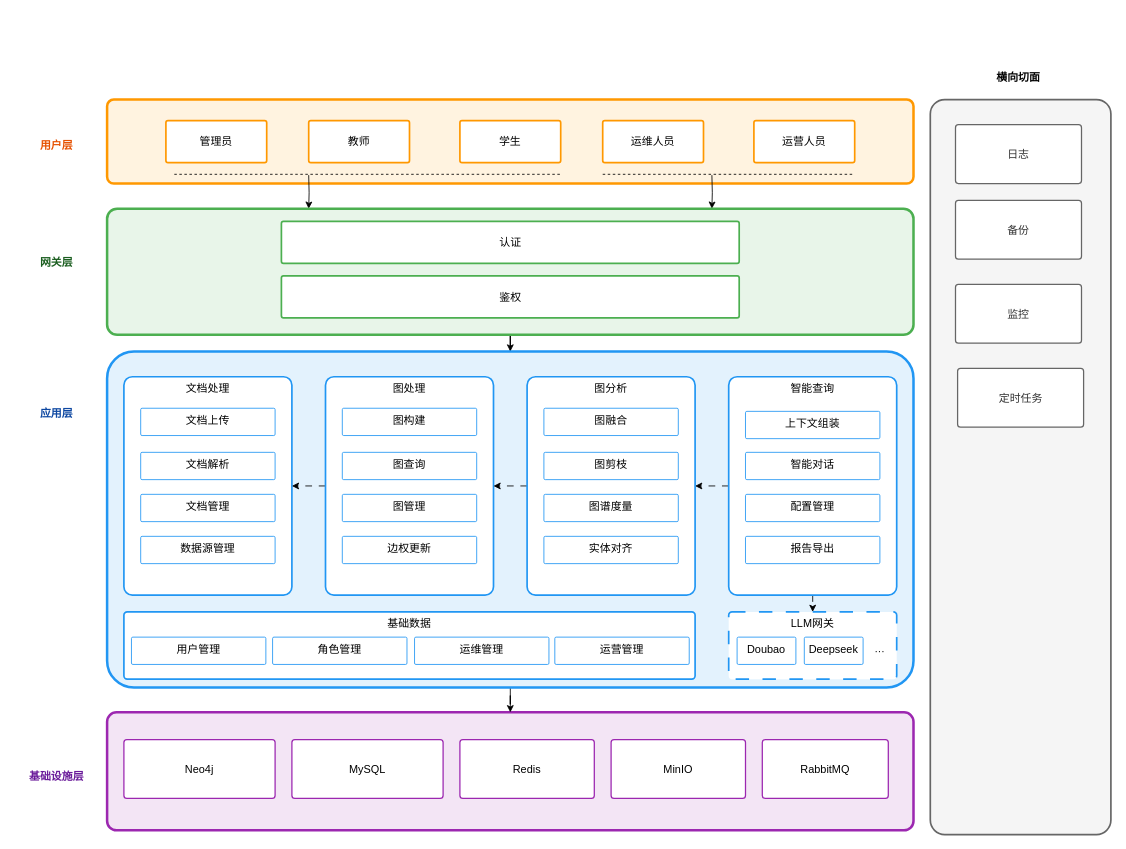
Before: docs/design-view/dev-view/diagrams/structure/layered-architecture.drawio in Eliauk-L/GraphNexus, a draw.io diagram. Source tidied: cells renumbered, new cells numbered last; positions are measured from the earlier drawing's top-left corner, leaving out a move shared by most shapes. Both pictures are drawn from the tidied source at 84%, with x=0, y=0 at pixel (14, 66).
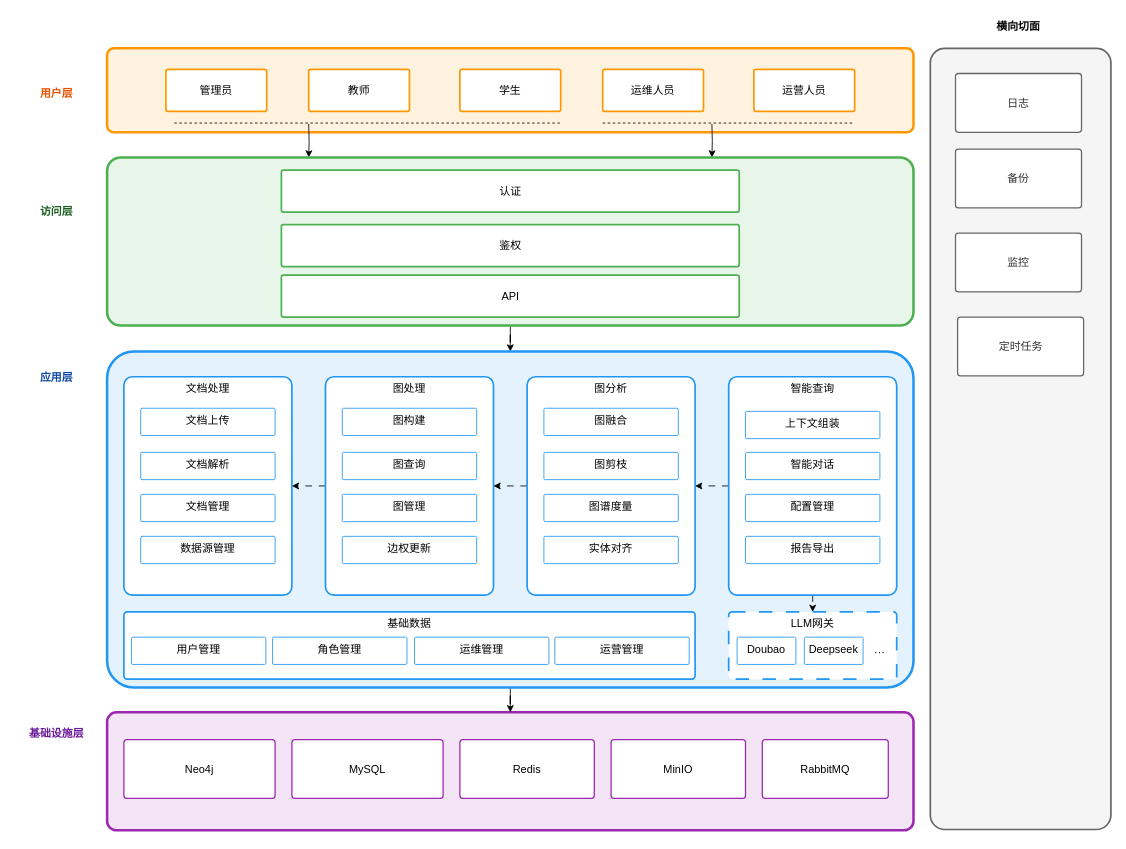
The same page after the edit.

Commit message (it also covers changes not shown here):
[doc] 修改开发视图

The change refers to these unchanged cells:
```xml
<mxCell id="25" style="rounded=1;whiteSpace=wrap;fillColor=#E3F2FD;strokeColor=#2196F3;strokeWidth=3;arcSize=8;fontSize=13;" parent="1" vertex="1">
  <mxGeometry x="110" y="340" width="960" height="400" as="geometry" />
</mxCell>
```

Diff of the diagram source:
```diff
@@
     <mxCell id="2" style="rounded=1;whiteSpace=wrap;fillColor=#FFF3E0;strokeColor=#FF9800;strokeWidth=3;arcSize=8;fontSize=13;" parent="1" vertex="1">
-      <mxGeometry x="110" y="40" width="960" height="100" as="geometry" />
+      <mxGeometry x="110" y="-21" width="960" height="100" as="geometry" />
     </mxCell>
     <mxCell id="3" value="用户层" style="text;fontSize=13;fontStyle=1;fontColor=#E65100;align=center;" parent="1" vertex="1">
-      <mxGeometry y="80" width="100" height="40" as="geometry" />
+      <mxGeometry y="19" width="100" height="40" as="geometry" />
     </mxCell>
-    <mxCell id="4" value="网关层" style="text;fontSize=13;fontStyle=1;fontColor=#1B5E20;align=center;" parent="1" vertex="1">
-      <mxGeometry y="220" width="100" height="40" as="geometry" />
+    <mxCell id="4" value="访问层" style="text;fontSize=13;fontStyle=1;fontColor=#1B5E20;align=center;" parent="1" vertex="1">
+      <mxGeometry y="159" width="100" height="40" as="geometry" />
     </mxCell>
     <mxCell id="5" value="应用层" style="text;fontSize=13;fontStyle=1;fontColor=#0D47A1;align=center;" parent="1" vertex="1">
-      <mxGeometry y="400" width="100" height="55" as="geometry" />
+      <mxGeometry y="357" width="100" height="55" as="geometry" />
     </mxCell>
@@
     <mxCell id="7" value="基础设施层" style="text;fontSize=13;fontStyle=1;fontColor=#6A1B9A;align=center;" parent="1" vertex="1">
-      <mxGeometry y="832" width="100" height="40" as="geometry" />
+      <mxGeometry y="780" width="100" height="40" as="geometry" />
     </mxCell>
@@
     <mxCell id="13" style="rounded=1;whiteSpace=wrap;fillColor=#f5f5f5;strokeColor=#666666;strokeWidth=2;arcSize=8;rotation=90;fontColor=light-dark(#f5f5f5, #fb7b35);fontSize=13;" parent="1" vertex="1">
-      <mxGeometry x="760" y="370" width="875" height="215" as="geometry" />
+      <mxGeometry x="732.5" y="336.5" width="930" height="215" as="geometry" />
     </mxCell>
     <mxCell id="14" value="管理员" style="rounded=1;whiteSpace=wrap;fillColor=#ffffff;strokeColor=#FF9800;strokeWidth=2;fontSize=13;arcSize=5;align=center;" parent="1" vertex="1">
-      <mxGeometry x="180" y="65" width="120" height="50" as="geometry" />
+      <mxGeometry x="180" y="4" width="120" height="50" as="geometry" />
     </mxCell>
     <mxCell id="15" value="教师" style="rounded=1;whiteSpace=wrap;fillColor=#ffffff;strokeColor=#FF9800;strokeWidth=2;fontSize=13;arcSize=5;align=center;fontFamily=Helvetica;fontColor=default;fontStyle=0;verticalAlign=middle;" parent="1" vertex="1">
-      <mxGeometry x="350" y="65" width="120" height="50" as="geometry" />
+      <mxGeometry x="350" y="4" width="120" height="50" as="geometry" />
     </mxCell>
     <mxCell id="16" value="学生" style="rounded=1;whiteSpace=wrap;fillColor=#ffffff;strokeColor=#FF9800;strokeWidth=2;fontSize=13;arcSize=5;align=center;verticalAlign=middle;fontFamily=Helvetica;fontColor=default;fontStyle=0;" parent="1" vertex="1">
-      <mxGeometry x="530" y="65" width="120" height="50" as="geometry" />
+      <mxGeometry x="530" y="4" width="120" height="50" as="geometry" />
     </mxCell>
     <mxCell id="17" value="运维人员" style="rounded=1;whiteSpace=wrap;fillColor=#ffffff;strokeColor=#FF9800;strokeWidth=2;fontSize=13;arcSize=5;align=center;verticalAlign=middle;fontFamily=Helvetica;fontColor=default;fontStyle=0;" parent="1" vertex="1">
-      <mxGeometry x="700" y="65" width="120" height="50" as="geometry" />
+      <mxGeometry x="700" y="4" width="120" height="50" as="geometry" />
     </mxCell>
     <mxCell id="18" value="运营人员" style="rounded=1;whiteSpace=wrap;fillColor=#ffffff;strokeColor=#FF9800;strokeWidth=2;fontSize=13;arcSize=5;align=center;verticalAlign=middle;fontFamily=Helvetica;fontColor=default;fontStyle=0;" parent="1" vertex="1">
-      <mxGeometry x="880" y="65" width="120" height="50" as="geometry" />
+      <mxGeometry x="880" y="4" width="120" height="50" as="geometry" />
     </mxCell>
     <mxCell id="19" style="endArrow=none;dashed=1;html=1;rounded=0;fontSize=13;" parent="1" edge="1">
       <mxGeometry relative="1" as="geometry">
-        <mxPoint x="190" y="129" as="sourcePoint" />
-        <mxPoint x="650" y="129" as="targetPoint" />
+        <mxPoint x="190" y="68" as="sourcePoint" />
+        <mxPoint x="650" y="68" as="targetPoint" />
       </mxGeometry>
     </mxCell>
     <mxCell id="20" style="endArrow=none;dashed=1;html=1;rounded=0;fontSize=13;" parent="1" edge="1">
       <mxGeometry relative="1" as="geometry">
-        <mxPoint x="700" y="129" as="sourcePoint" />
-        <mxPoint x="1000" y="129" as="targetPoint" />
+        <mxPoint x="700" y="68" as="sourcePoint" />
+        <mxPoint x="1000" y="68" as="targetPoint" />
       </mxGeometry>
     </mxCell>
     <mxCell id="21" style="edgeStyle=orthogonalEdgeStyle;rounded=0;jettySize=auto;html=1;entryX=0.25;entryY=0;entryDx=0;entryDy=0;fontSize=13;" parent="1" edge="1" target="39">
       <mxGeometry relative="1" as="geometry">
-        <mxPoint x="350" y="130" as="sourcePoint" />
+        <mxPoint x="350" y="69" as="sourcePoint" />
       </mxGeometry>
     </mxCell>
     <mxCell id="22" style="edgeStyle=orthogonalEdgeStyle;rounded=0;jettySize=auto;html=1;entryX=0.75;entryY=0;entryDx=0;entryDy=0;fontSize=13;" parent="1" edge="1" target="39">
       <mxGeometry relative="1" as="geometry">
-        <mxPoint x="830" y="130" as="sourcePoint" />
+        <mxPoint x="830" y="69" as="sourcePoint" />
       </mxGeometry>
     </mxCell>
-    <mxCell id="23" style="edgeStyle=orthogonalEdgeStyle;rounded=0;jettySize=auto;html=1;fontSize=13;" parent="1" edge="1" source="39" target="25">
+    <mxCell id="23" style="edgeStyle=orthogonalEdgeStyle;rounded=0;jettySize=auto;html=1;fontSize=13;exitX=0.5;exitY=1;exitDx=0;exitDy=0;" parent="1" edge="1" source="39" target="25">
       <mxGeometry relative="1" as="geometry" />
     </mxCell>
@@
     <mxCell id="35" value="日志" style="rounded=1;whiteSpace=wrap;strokeWidth=1.5;fontSize=13;arcSize=5;align=center;fillColor=default;fontColor=#333333;strokeColor=#666666;" parent="1" vertex="1">
-      <mxGeometry x="1120" y="70" width="150" height="70" as="geometry" />
+      <mxGeometry x="1120" y="9" width="150" height="70" as="geometry" />
     </mxCell>
     <mxCell id="36" value="备份" style="rounded=1;whiteSpace=wrap;strokeWidth=1.5;fontSize=13;arcSize=5;align=center;fillColor=default;fontColor=#333333;strokeColor=#666666;" parent="1" vertex="1">
-      <mxGeometry x="1120" y="160" width="150" height="70" as="geometry" />
+      <mxGeometry x="1120" y="99" width="150" height="70" as="geometry" />
     </mxCell>
     <mxCell id="37" value="监控" style="rounded=1;whiteSpace=wrap;strokeWidth=1.5;fontSize=13;arcSize=5;align=center;fillColor=default;fontColor=#333333;strokeColor=#666666;" parent="1" vertex="1">
-      <mxGeometry x="1120" y="260" width="150" height="70" as="geometry" />
+      <mxGeometry x="1120" y="199" width="150" height="70" as="geometry" />
     </mxCell>
     <mxCell id="38" value="横向切面" style="text;fontSize=13;fontStyle=1;fontColor=light-dark(#000000,#FB7B35);align=center;" parent="1" vertex="1">
-      <mxGeometry x="1145" width="100" height="40" as="geometry" />
+      <mxGeometry x="1145" y="-61" width="100" height="40" as="geometry" />
     </mxCell>
     <mxCell id="39" style="rounded=1;whiteSpace=wrap;fillColor=#E8F5E9;strokeColor=#4CAF50;strokeWidth=3;arcSize=8;fontSize=13;" parent="1" vertex="1">
-      <mxGeometry x="110" y="170" width="960" height="150" as="geometry" />
+      <mxGeometry x="110" y="109" width="960" height="200" as="geometry" />
     </mxCell>
     <mxCell id="40" value="认证" style="rounded=1;whiteSpace=wrap;fillColor=#ffffff;strokeColor=#4CAF50;strokeWidth=2;fontSize=13;arcSize=5;align=center;" parent="1" vertex="1">
-      <mxGeometry x="317.5" y="185" width="545" height="50" as="geometry" />
+      <mxGeometry x="317.5" y="124" width="545" height="50" as="geometry" />
     </mxCell>
     <mxCell id="41" value="鉴权" style="rounded=1;whiteSpace=wrap;fillColor=#ffffff;strokeColor=#4CAF50;strokeWidth=2;fontSize=13;arcSize=5;align=center;" parent="1" vertex="1">
-      <mxGeometry x="317.5" y="250" width="545" height="50" as="geometry" />
+      <mxGeometry x="317.5" y="189" width="545" height="50" as="geometry" />
     </mxCell>
@@
-    <mxCell id="65" value="···" style="text;html=1;whiteSpace=wrap;strokeColor=none;fillColor=none;align=center;verticalAlign=middle;rounded=0;" parent="1" vertex="1">
+    <mxCell id="65" value="···" style="text;html=1;whiteSpace=wrap;strokeColor=none;fillColor=none;align=center;verticalAlign=middle;rounded=0;fontSize=13;" parent="1" vertex="1">
       <mxGeometry x="1000" y="682.5" width="60" height="30" as="geometry" />
     </mxCell>
     <mxCell id="66" value="定时任务" style="rounded=1;whiteSpace=wrap;strokeWidth=1.5;fontSize=13;arcSize=5;align=center;fillColor=default;fontColor=#333333;strokeColor=#666666;" parent="1" vertex="1">
-      <mxGeometry x="1122.5" y="360" width="150" height="70" as="geometry" />
+      <mxGeometry x="1122.5" y="299" width="150" height="70" as="geometry" />
     </mxCell>
+    <mxCell id="67" value="API" style="rounded=1;whiteSpace=wrap;fillColor=#ffffff;strokeColor=#4CAF50;strokeWidth=2;fontSize=13;arcSize=5;align=center;" parent="1" vertex="1">
+      <mxGeometry x="317.5" y="249" width="545" height="50" as="geometry" />
+    </mxCell>
```
